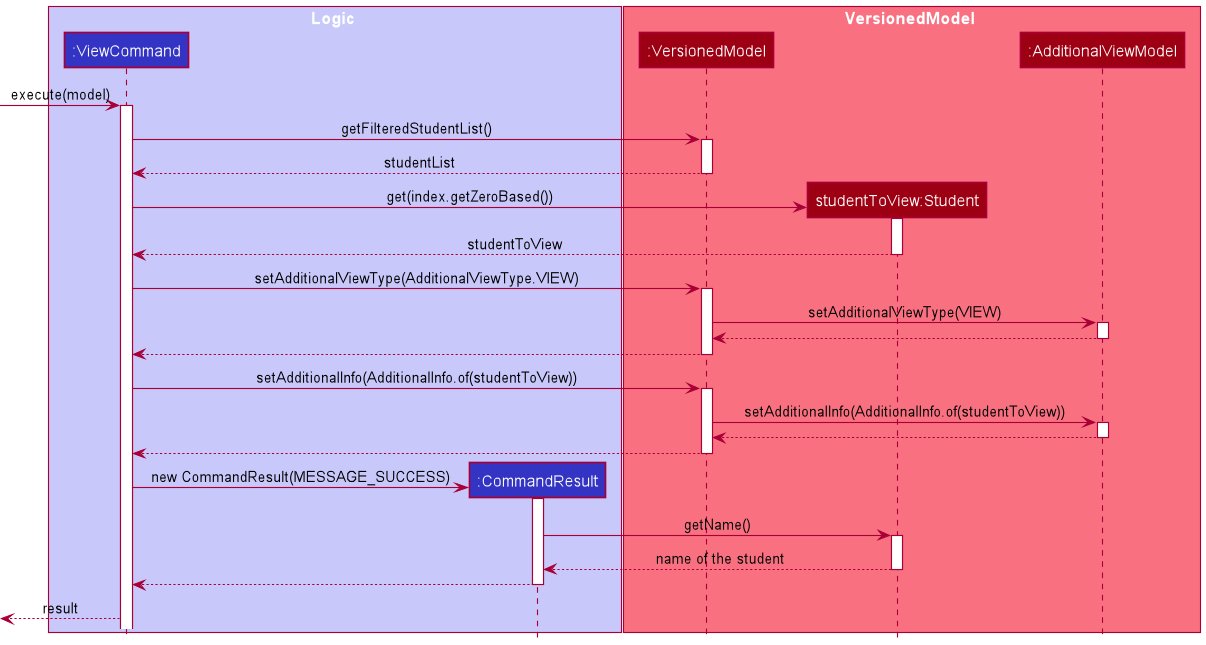
This is docs/images/dg/logic/commands/viewcommand/ViewCommandSequenceDiagram.png from nus-cs2103-AY2122S1/tp, a PlantUML export, as it was before one commit. Its source is kept beside it as docs/diagrams/logic/commands/viewcommand/ViewCommandSequenceDiagram.puml. Source of this version:
```plantuml
@startuml
!include ../../../style.puml

box Logic LOGIC_COLOR_T1
participant ":ViewCommand" as viewCommand LOGIC_COLOR
participant ":CommandResult" as commandResult LOGIC_COLOR
end box

box VersionedModel MODEL_COLOR_T1
participant ":VersionedModel" as versionedModel MODEL_COLOR
participant "studentToView:Student" as student MODEL_COLOR
participant ":AdditionalViewModel" as addViewModel MODEL_COLOR
end box

-> viewCommand ++ : execute(model)
viewCommand -> versionedModel : getFilteredStudentList()
activate versionedModel
versionedModel --> viewCommand : studentList
deactivate versionedModel

create student
viewCommand -> student : get(index.getZeroBased())
activate student
student --> viewCommand: studentToView
deactivate student

viewCommand -> versionedModel : setAdditionalViewType(AdditionalViewType.VIEW)
activate versionedModel
versionedModel -> addViewModel: setAdditionalViewType(VIEW)
activate addViewModel
addViewModel --> versionedModel
deactivate addViewModel
versionedModel --> viewCommand
deactivate versionedModel

viewCommand -> versionedModel : setAdditionalInfo(AdditionalInfo.of(studentToView))
activate versionedModel
versionedModel -> addViewModel: setAdditionalInfo(AdditionalInfo.of(studentToView))
activate addViewModel
addViewModel --> versionedModel
deactivate addViewModel
versionedModel --> viewCommand
deactivate versionedModel

deactivate versionedModel

create commandResult
viewCommand -> commandResult: new CommandResult(MESSAGE_SUCCESS)
activate commandResult
commandResult -> student: getName()
activate student
student --> commandResult: name of the student
deactivate student
commandResult --> viewCommand
deactivate commandResult

[<-- viewCommand: result

@enduml
```
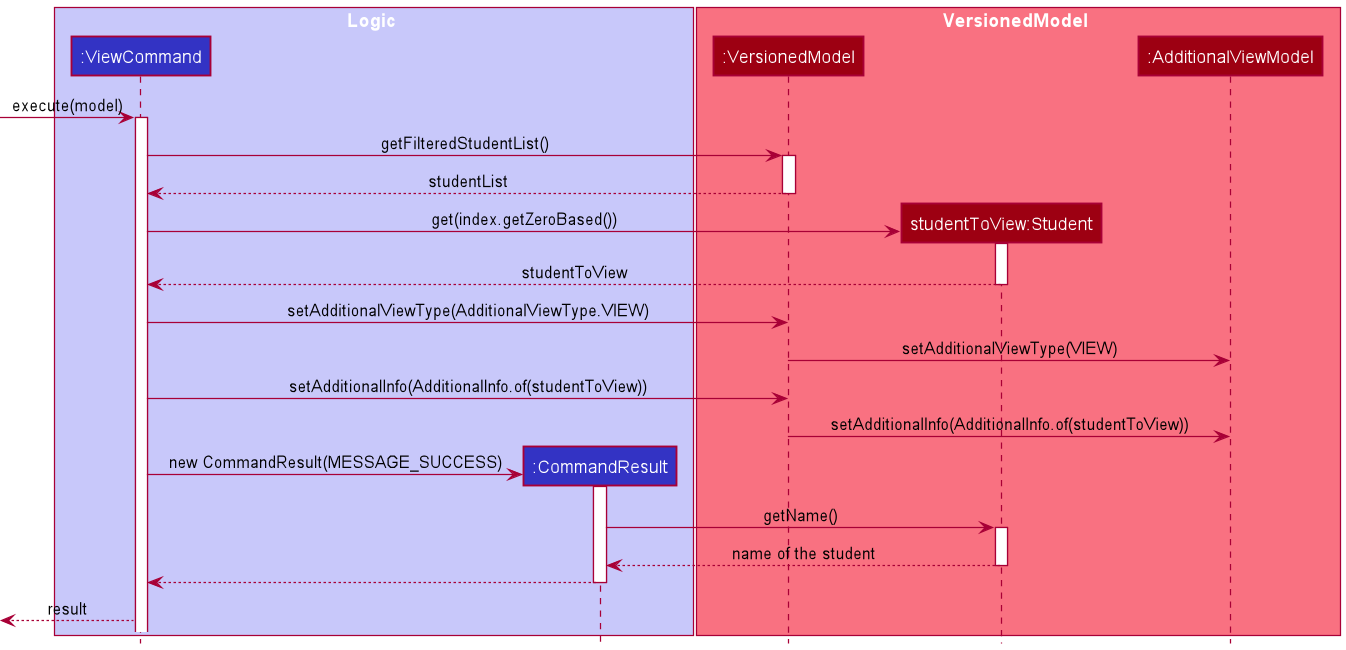
After the commit.

What changed in the source:
```diff
@@ -25,24 +25,10 @@
 deactivate student
 
 viewCommand -> versionedModel : setAdditionalViewType(AdditionalViewType.VIEW)
-activate versionedModel
 versionedModel -> addViewModel: setAdditionalViewType(VIEW)
-activate addViewModel
-addViewModel --> versionedModel
-deactivate addViewModel
-versionedModel --> viewCommand
-deactivate versionedModel
 
 viewCommand -> versionedModel : setAdditionalInfo(AdditionalInfo.of(studentToView))
-activate versionedModel
 versionedModel -> addViewModel: setAdditionalInfo(AdditionalInfo.of(studentToView))
-activate addViewModel
-addViewModel --> versionedModel
-deactivate addViewModel
-versionedModel --> viewCommand
-deactivate versionedModel
-
-deactivate versionedModel
 
 create commandResult
 viewCommand -> commandResult: new CommandResult(MESSAGE_SUCCESS)
```
